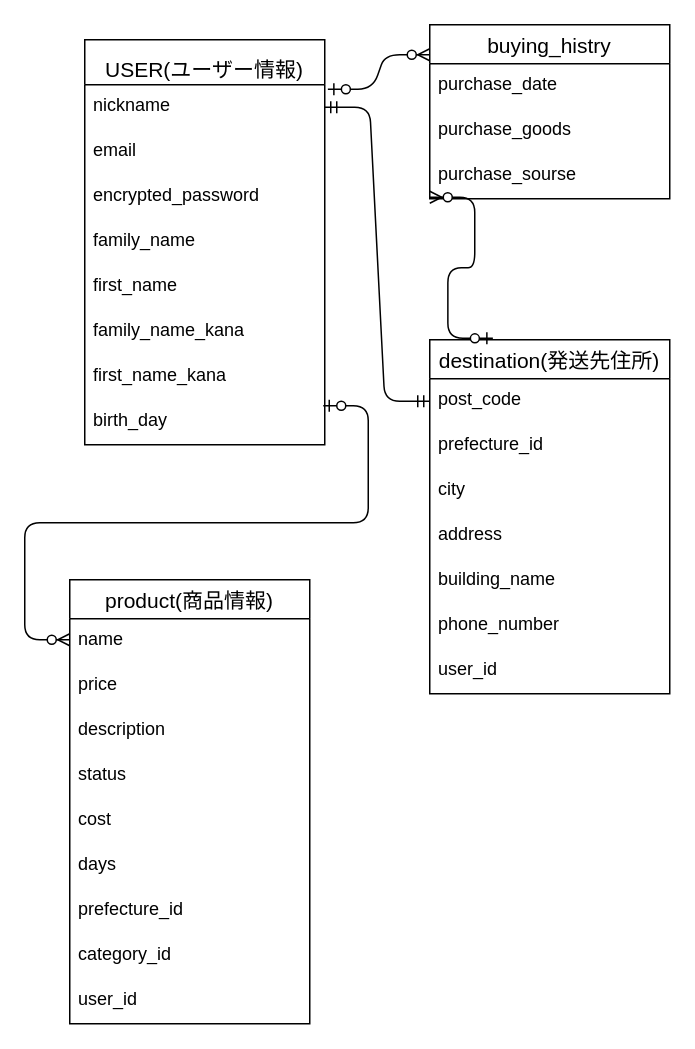
Before: ER.dio in keitogit/furima-37392, a draw.io diagram. Source tidied: cells renumbered, new cells numbered last; positions are measured from the earlier drawing's top-left corner, leaving out a move shared by most shapes. Both pictures are drawn from the tidied source at 150%, with x=0, y=0 at pixel (69, 24).
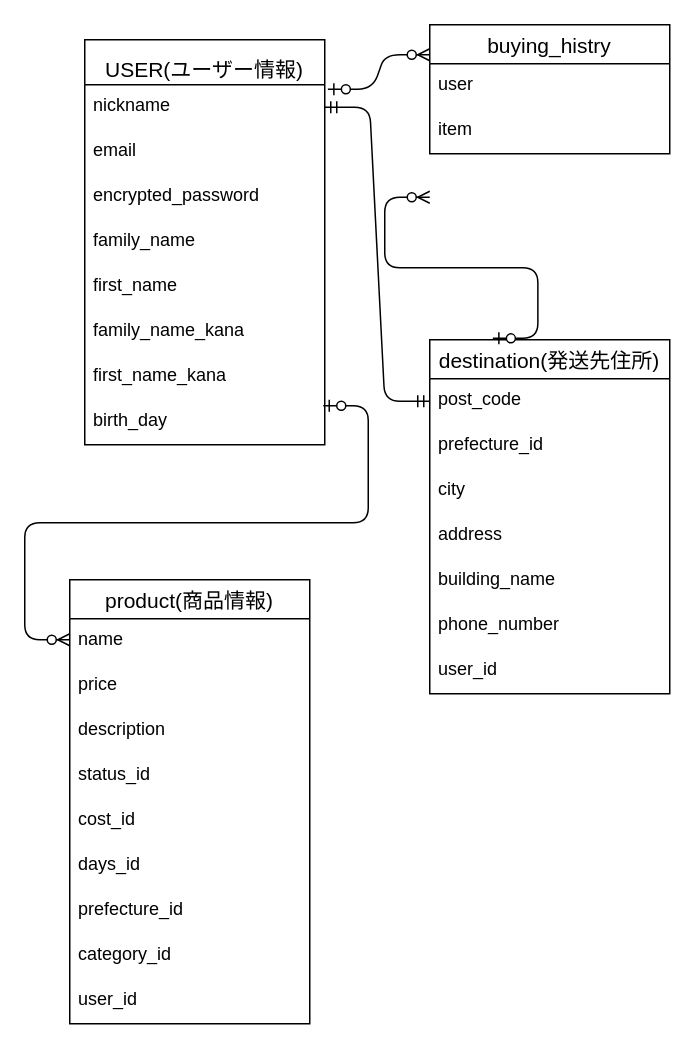
The same page after the edit.

The change refers to these unchanged cells:
```xml
<mxCell id="12" value="product(商品情報)" style="swimlane;fontStyle=0;horizontal=1;startSize=26;align=center;fontSize=14;" parent="1" vertex="1">
  <mxGeometry y="370" width="160" height="296" as="geometry" />
</mxCell>
<mxCell id="23" value="destination(発送先住所)" style="swimlane;fontStyle=0;horizontal=1;startSize=26;align=center;fontSize=14;labelBackgroundColor=default;" parent="1" vertex="1">
  <mxGeometry x="240" y="210" width="160" height="236" as="geometry" />
</mxCell>
```

What changed in the source:
```diff
@@
-    <mxCell id="16" value="status" style="text;strokeColor=none;fillColor=none;spacingLeft=4;spacingRight=4;overflow=hidden;fontSize=12;" parent="12" vertex="1">
+    <mxCell id="16" value="status_id" style="text;strokeColor=none;fillColor=none;spacingLeft=4;spacingRight=4;overflow=hidden;fontSize=12;" parent="12" vertex="1">
       <mxGeometry y="116" width="160" height="30" as="geometry" />
     </mxCell>
-    <mxCell id="17" value="cost" style="text;strokeColor=none;fillColor=none;spacingLeft=4;spacingRight=4;overflow=hidden;fontSize=12;" parent="12" vertex="1">
+    <mxCell id="17" value="cost_id" style="text;strokeColor=none;fillColor=none;spacingLeft=4;spacingRight=4;overflow=hidden;fontSize=12;" parent="12" vertex="1">
       <mxGeometry y="146" width="160" height="30" as="geometry" />
     </mxCell>
-    <mxCell id="18" value="days" style="text;strokeColor=none;fillColor=none;spacingLeft=4;spacingRight=4;overflow=hidden;fontSize=12;" parent="12" vertex="1">
+    <mxCell id="18" value="days_id" style="text;strokeColor=none;fillColor=none;spacingLeft=4;spacingRight=4;overflow=hidden;fontSize=12;" parent="12" vertex="1">
       <mxGeometry y="176" width="160" height="30" as="geometry" />
     </mxCell>
@@
     <mxCell id="33" value="buying_histry" style="swimlane;fontStyle=0;horizontal=1;startSize=26;align=center;fontSize=14;labelBackgroundColor=default;" parent="1" vertex="1">
-      <mxGeometry x="240" width="160" height="116" as="geometry" />
+      <mxGeometry x="240" width="160" height="86" as="geometry" />
     </mxCell>
-    <mxCell id="34" value="purchase_date" style="text;strokeColor=none;fillColor=none;spacingLeft=4;spacingRight=4;overflow=hidden;fontSize=12;labelBackgroundColor=default;" parent="33" vertex="1">
+    <mxCell id="34" value="user" style="text;strokeColor=none;fillColor=none;spacingLeft=4;spacingRight=4;overflow=hidden;fontSize=12;labelBackgroundColor=default;" parent="33" vertex="1">
       <mxGeometry y="26" width="160" height="30" as="geometry" />
     </mxCell>
-    <mxCell id="35" value="purchase_goods" style="text;strokeColor=none;fillColor=none;spacingLeft=4;spacingRight=4;overflow=hidden;fontSize=12;labelBackgroundColor=default;" parent="33" vertex="1">
+    <mxCell id="35" value="item" style="text;strokeColor=none;fillColor=none;spacingLeft=4;spacingRight=4;overflow=hidden;fontSize=12;labelBackgroundColor=default;" parent="33" vertex="1">
       <mxGeometry y="56" width="160" height="30" as="geometry" />
     </mxCell>
-    <mxCell id="36" value="purchase_sourse" style="text;strokeColor=none;fillColor=none;spacingLeft=4;spacingRight=4;overflow=hidden;points=[[0,0.5],[1,0.5]];portConstraint=eastwest;fontSize=12;labelBackgroundColor=default;" parent="33" vertex="1">
-      <mxGeometry y="86" width="160" height="30" as="geometry" />
-    </mxCell>
@@
-    <mxCell id="38" style="edgeStyle=entityRelationEdgeStyle;fontSize=12;html=1;endArrow=ERzeroToMany;startArrow=ERzeroToOne;exitX=0.263;exitY=-0.004;exitDx=0;exitDy=0;exitPerimeter=0;entryX=0;entryY=0.967;entryDx=0;entryDy=0;entryPerimeter=0;" parent="1" edge="1" source="23" target="36">
-      <mxGeometry relative="1" as="geometry" />
+    <mxCell id="38" style="edgeStyle=entityRelationEdgeStyle;fontSize=12;html=1;endArrow=ERzeroToMany;startArrow=ERzeroToOne;exitX=0.263;exitY=-0.004;exitDx=0;exitDy=0;exitPerimeter=0;entryX=0;entryY=0.967;entryDx=0;entryDy=0;entryPerimeter=0;" parent="1" edge="1" source="23">
+      <mxGeometry relative="1" as="geometry">
+        <mxPoint x="240" y="115" as="targetPoint" />
+      </mxGeometry>
     </mxCell>
```
